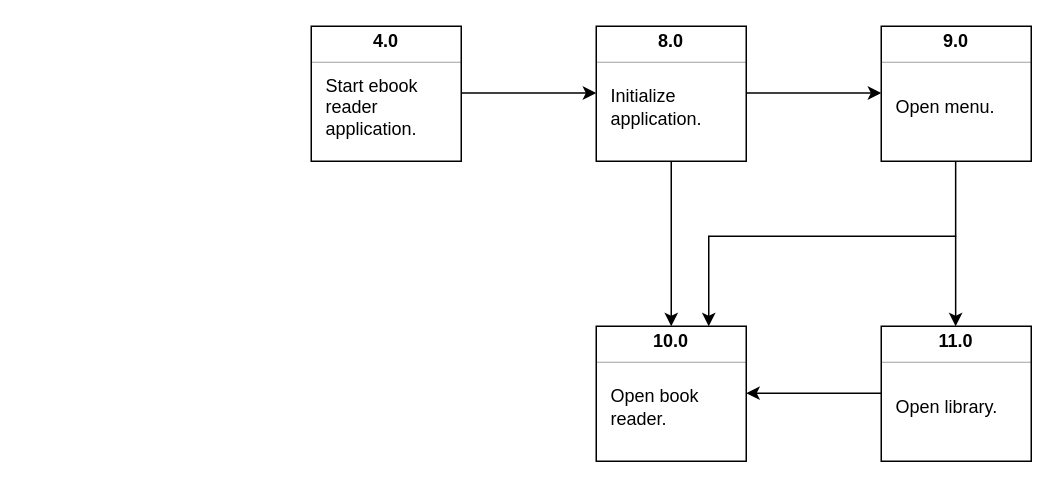
This is page "FFBD-003" (3 of 6) of docs/design/assets/03_logical_decomposition.drawio from KubaTaba1uga/open_source_ebook_reader, a draw.io file, before an edit. Source tidied: cells renumbered, new cells numbered last; positions are measured from the earlier drawing's top-left corner, leaving out a move shared by most shapes. Both pictures are drawn from the tidied source at 150%, with x=0, y=0 at pixel (310, 26).
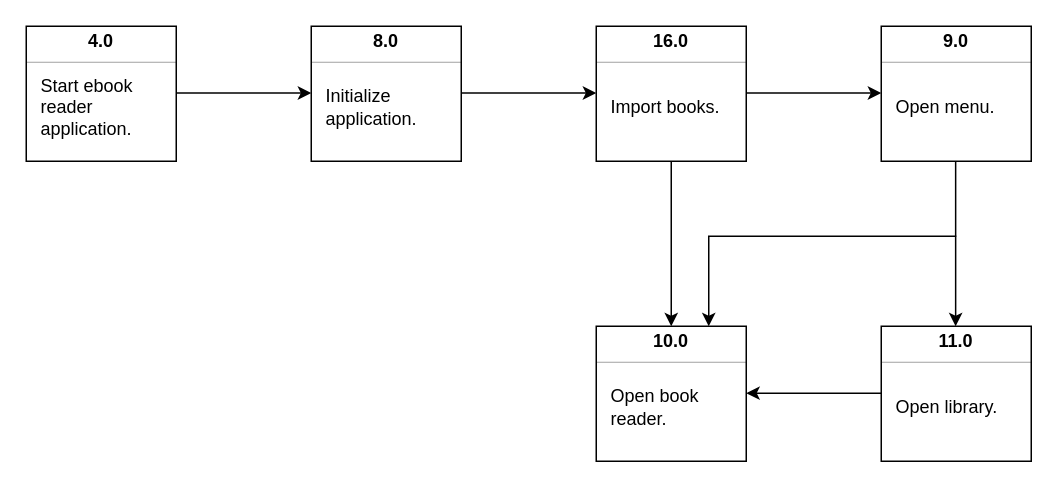
The same diagram, later.

Unchanged cells that the change refers to:
```xml
<mxCell id="20" value="10.0" style="html=1;align=center;spacing=0;verticalAlign=middle;strokeColor=none;fillColor=none;whiteSpace=wrap;fontStyle=1;" parent="19" vertex="1">
  <mxGeometry width="100" height="20" as="geometry" />
</mxCell>
```

The edit, as a diff of the source:
```diff
@@
-    <mxCell id="2" style="fontStyle=1;align=center;verticalAlign=middle;horizontal=1;" parent="1" vertex="1">
-      <mxGeometry width="100" height="90" as="geometry" />
-    </mxCell>
-    <mxCell id="3" value="4.0" style="html=1;align=center;spacing=0;verticalAlign=middle;strokeColor=none;fillColor=none;whiteSpace=wrap;fontStyle=1;" parent="2" vertex="1">
-      <mxGeometry width="100" height="20" as="geometry" />
-    </mxCell>
-    <mxCell id="4" style="line;strokeWidth=0.25;fillColor=none;align=left;verticalAlign=middle;spacingTop=-1;spacingLeft=3;spacingRight=3;labelPosition=right;" parent="2" vertex="1">
-      <mxGeometry y="20" width="100" height="8" as="geometry" />
-    </mxCell>
-    <mxCell id="5" value="Start ebook reader application." style="html=1;align=left;spacing=0;spacingLeft=10;verticalAlign=middle;strokeColor=none;fillColor=none;whiteSpace=wrap;" parent="2" vertex="1">
-      <mxGeometry y="28" width="100" height="52" as="geometry" />
-    </mxCell>
-    <mxCell id="6" style="html=1;align=left;spacing=0;spacingLeft=10;verticalAlign=middle;strokeColor=none;fillColor=none;whiteSpace=wrap;" parent="2" vertex="1">
-      <mxGeometry y="80" width="100" height="10" as="geometry" />
-    </mxCell>
-    <mxCell id="7" style="fontStyle=1;align=center;verticalAlign=middle;horizontal=1;" parent="1" vertex="1">
-      <mxGeometry x="190" width="100" height="90" as="geometry" />
-    </mxCell>
-    <mxCell id="8" value="8.0" style="html=1;align=center;spacing=0;verticalAlign=middle;strokeColor=none;fillColor=none;whiteSpace=wrap;fontStyle=1;" parent="7" vertex="1">
-      <mxGeometry width="100" height="20" as="geometry" />
-    </mxCell>
-    <mxCell id="9" style="line;strokeWidth=0.25;fillColor=none;align=left;verticalAlign=middle;spacingTop=-1;spacingLeft=3;spacingRight=3;labelPosition=right;" parent="7" vertex="1">
-      <mxGeometry y="20" width="100" height="8" as="geometry" />
-    </mxCell>
-    <mxCell id="10" value="Initialize application." style="html=1;align=left;spacing=0;spacingLeft=10;verticalAlign=middle;strokeColor=none;fillColor=none;whiteSpace=wrap;" parent="7" vertex="1">
-      <mxGeometry y="28" width="100" height="52" as="geometry" />
-    </mxCell>
-    <mxCell id="11" style="html=1;align=left;spacing=0;spacingLeft=10;verticalAlign=middle;strokeColor=none;fillColor=none;whiteSpace=wrap;" parent="7" vertex="1">
-      <mxGeometry y="80" width="100" height="10" as="geometry" />
-    </mxCell>
-    <mxCell id="12" style="endArrow=classic;html=1;rounded=0;entryX=0;entryY=0.375;entryDx=0;entryDy=0;entryPerimeter=0;" parent="1" edge="1">
-      <mxGeometry relative="1" as="geometry">
-        <mxPoint x="100" y="44.5" as="sourcePoint" />
-        <mxPoint x="190" y="44.5" as="targetPoint" />
-      </mxGeometry>
-    </mxCell>
@@
-    <mxCell id="24" style="endArrow=classic;html=1;rounded=0;exitX=0.5;exitY=1;exitDx=0;exitDy=0;" parent="1" edge="1" source="11" target="20">
-      <mxGeometry relative="1" as="geometry" />
+    <mxCell id="24" style="endArrow=classic;html=1;rounded=0;exitX=0.5;exitY=1;exitDx=0;exitDy=0;" parent="1" edge="1" target="20">
+      <mxGeometry relative="1" as="geometry">
+        <mxPoint x="240" y="90" as="sourcePoint" />
+      </mxGeometry>
     </mxCell>
@@
+    <mxCell id="33" style="fontStyle=1;align=center;verticalAlign=middle;horizontal=1;" parent="1" vertex="1">
+      <mxGeometry x="-190" width="100" height="90" as="geometry" />
+    </mxCell>
+    <mxCell id="3" value="4.0" style="html=1;align=center;spacing=0;verticalAlign=middle;strokeColor=none;fillColor=none;whiteSpace=wrap;fontStyle=1;" parent="33" vertex="1">
+      <mxGeometry width="100" height="20" as="geometry" />
+    </mxCell>
+    <mxCell id="34" style="line;strokeWidth=0.25;fillColor=none;align=left;verticalAlign=middle;spacingTop=-1;spacingLeft=3;spacingRight=3;labelPosition=right;" parent="33" vertex="1">
+      <mxGeometry y="20" width="100" height="8" as="geometry" />
+    </mxCell>
+    <mxCell id="5" value="Start ebook reader application." style="html=1;align=left;spacing=0;spacingLeft=10;verticalAlign=middle;strokeColor=none;fillColor=none;whiteSpace=wrap;" parent="33" vertex="1">
+      <mxGeometry y="28" width="100" height="52" as="geometry" />
+    </mxCell>
+    <mxCell id="35" style="html=1;align=left;spacing=0;spacingLeft=10;verticalAlign=middle;strokeColor=none;fillColor=none;whiteSpace=wrap;" parent="33" vertex="1">
+      <mxGeometry y="80" width="100" height="10" as="geometry" />
+    </mxCell>
+    <mxCell id="2" style="fontStyle=1;align=center;verticalAlign=middle;horizontal=1;" parent="1" vertex="1">
+      <mxGeometry width="100" height="90" as="geometry" />
+    </mxCell>
+    <mxCell id="8" value="8.0" style="html=1;align=center;spacing=0;verticalAlign=middle;strokeColor=none;fillColor=none;whiteSpace=wrap;fontStyle=1;" parent="2" vertex="1">
+      <mxGeometry width="100" height="20" as="geometry" />
+    </mxCell>
+    <mxCell id="36" style="line;strokeWidth=0.25;fillColor=none;align=left;verticalAlign=middle;spacingTop=-1;spacingLeft=3;spacingRight=3;labelPosition=right;" parent="2" vertex="1">
+      <mxGeometry y="20" width="100" height="8" as="geometry" />
+    </mxCell>
+    <mxCell id="10" value="Initialize application." style="html=1;align=left;spacing=0;spacingLeft=10;verticalAlign=middle;strokeColor=none;fillColor=none;whiteSpace=wrap;" parent="2" vertex="1">
+      <mxGeometry y="28" width="100" height="52" as="geometry" />
+    </mxCell>
+    <mxCell id="37" style="html=1;align=left;spacing=0;spacingLeft=10;verticalAlign=middle;strokeColor=none;fillColor=none;whiteSpace=wrap;" parent="2" vertex="1">
+      <mxGeometry y="80" width="100" height="10" as="geometry" />
+    </mxCell>
+    <mxCell id="38" style="endArrow=classic;html=1;rounded=0;entryX=0;entryY=0.375;entryDx=0;entryDy=0;entryPerimeter=0;" parent="1" edge="1">
+      <mxGeometry relative="1" as="geometry">
+        <mxPoint x="-90" y="44.5" as="sourcePoint" />
+        <mxPoint y="44.5" as="targetPoint" />
+      </mxGeometry>
+    </mxCell>
+    <mxCell id="7" style="fontStyle=1;align=center;verticalAlign=middle;horizontal=1;" parent="1" vertex="1">
+      <mxGeometry x="190" width="100" height="90" as="geometry" />
+    </mxCell>
+    <mxCell id="39" value="16.0" style="html=1;align=center;spacing=0;verticalAlign=middle;strokeColor=none;fillColor=none;whiteSpace=wrap;fontStyle=1;" parent="7" vertex="1">
+      <mxGeometry width="100" height="20" as="geometry" />
+    </mxCell>
+    <mxCell id="40" style="line;strokeWidth=0.25;fillColor=none;align=left;verticalAlign=middle;spacingTop=-1;spacingLeft=3;spacingRight=3;labelPosition=right;" parent="7" vertex="1">
+      <mxGeometry y="20" width="100" height="8" as="geometry" />
+    </mxCell>
+    <mxCell id="41" value="Import books." style="html=1;align=left;spacing=0;spacingLeft=10;verticalAlign=middle;strokeColor=none;fillColor=none;whiteSpace=wrap;" parent="7" vertex="1">
+      <mxGeometry y="28" width="100" height="52" as="geometry" />
+    </mxCell>
+    <mxCell id="42" style="html=1;align=left;spacing=0;spacingLeft=10;verticalAlign=middle;strokeColor=none;fillColor=none;whiteSpace=wrap;" parent="7" vertex="1">
+      <mxGeometry y="80" width="100" height="10" as="geometry" />
+    </mxCell>
+    <mxCell id="43" style="endArrow=classic;html=1;rounded=0;entryX=0;entryY=0.375;entryDx=0;entryDy=0;entryPerimeter=0;" parent="1" edge="1">
+      <mxGeometry relative="1" as="geometry">
+        <mxPoint x="100" y="44.5" as="sourcePoint" />
+        <mxPoint x="190" y="44.5" as="targetPoint" />
+      </mxGeometry>
+    </mxCell>
```
